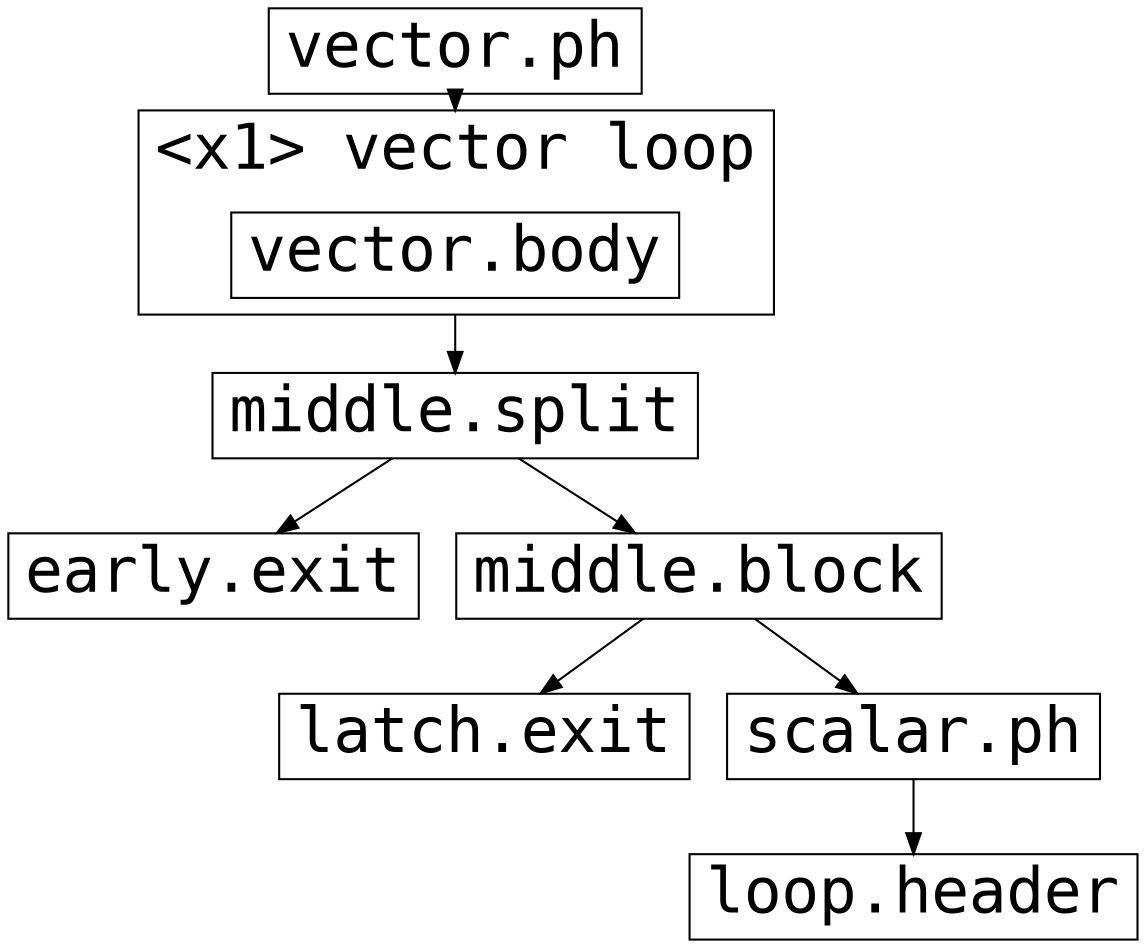
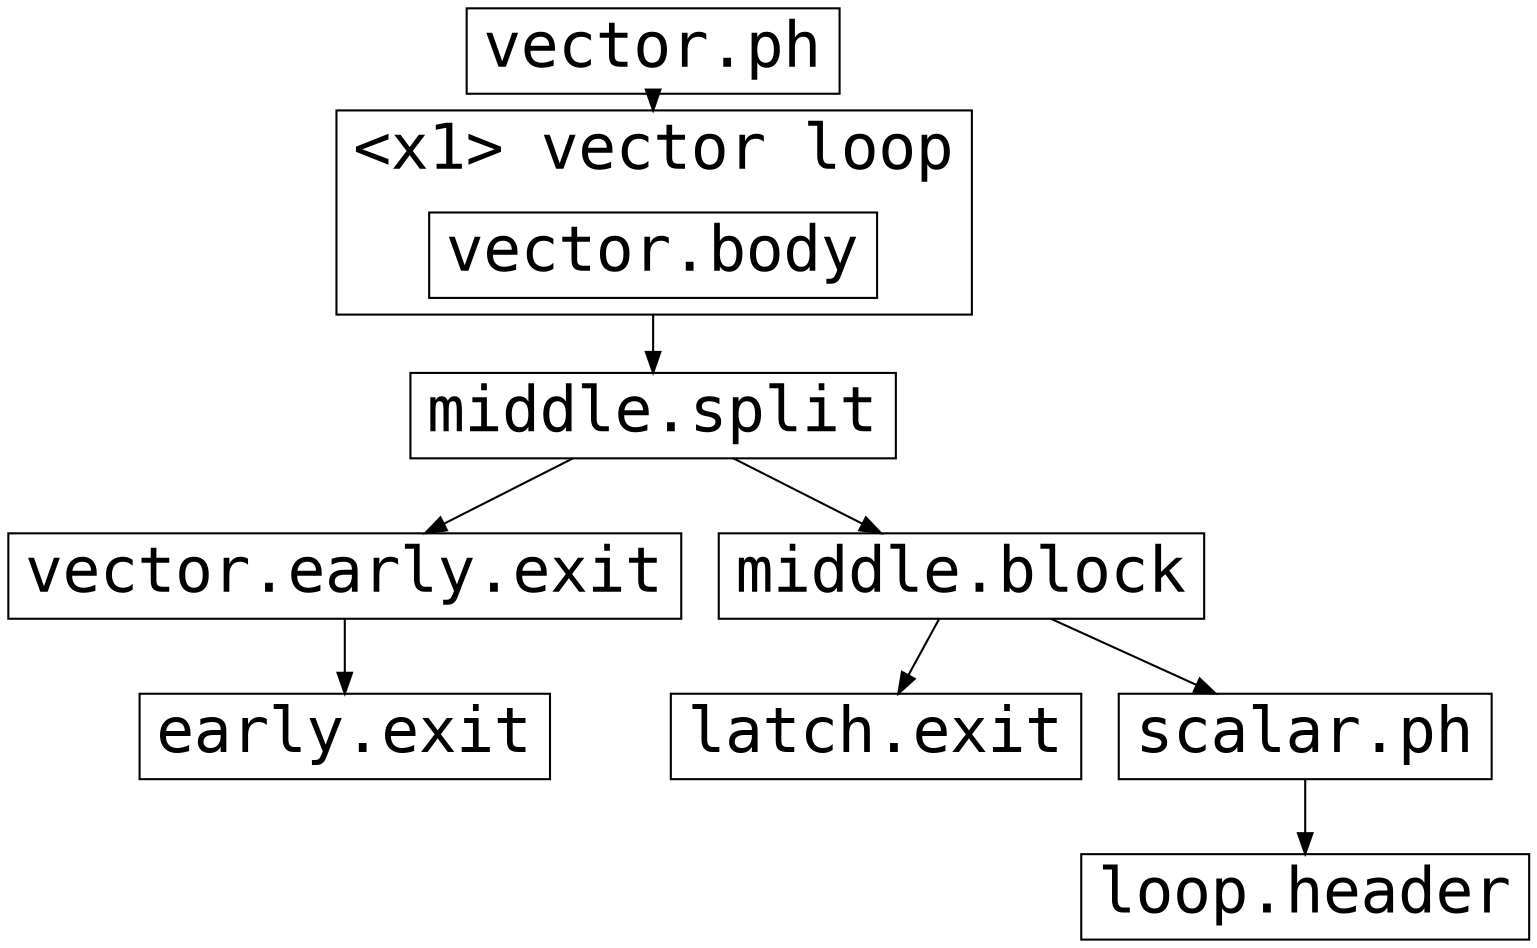
digraph VPlan {
graph [labelloc=t, fontsize=30; label=""]
node [shape=rect, fontname=Courier, fontsize=30]
edge [fontname=Courier, fontsize=30]
compound=true
  N1 [label =
    "vector.ph"
  ]
  N1 -> N2 [ label="" lhead=cluster_N3]
  subgraph cluster_N3 {
    fontname=Courier
    label="\<x1\> vector loop"
    N2 [label =
      "vector.body"
    ]
  }
  N2 -> N4 [ label="" ltail=cluster_N3]
  N4 [label =
    "middle.split"
  ]
  N4 -> N5 [ label=""]
-   N4 -> N6 [ label=""]
+   N4 -> N7 [ label=""]
  N5 [label =
+     "vector.early.exit"
+   ]
+   N5 -> N6 [ label=""]
+   N6 [label =
    "early.exit"
  ]
-   N6 [label =
+   N7 [label =
    "middle.block"
  ]
-   N6 -> N9 [ label=""]
-   N6 -> N7 [ label=""]
-   N7 [label =
+   N7 -> N10 [ label=""]
+   N7 -> N8 [ label=""]
+   N8 [label =
    "scalar.ph"
  ]
-   N7 -> N8 [ label=""]
-   N8 [label =
+   N8 -> N9 [ label=""]
+   N9 [label =
    "loop.header"
  ]
-   N9 [label =
+   N10 [label =
    "latch.exit"
  ]
}
